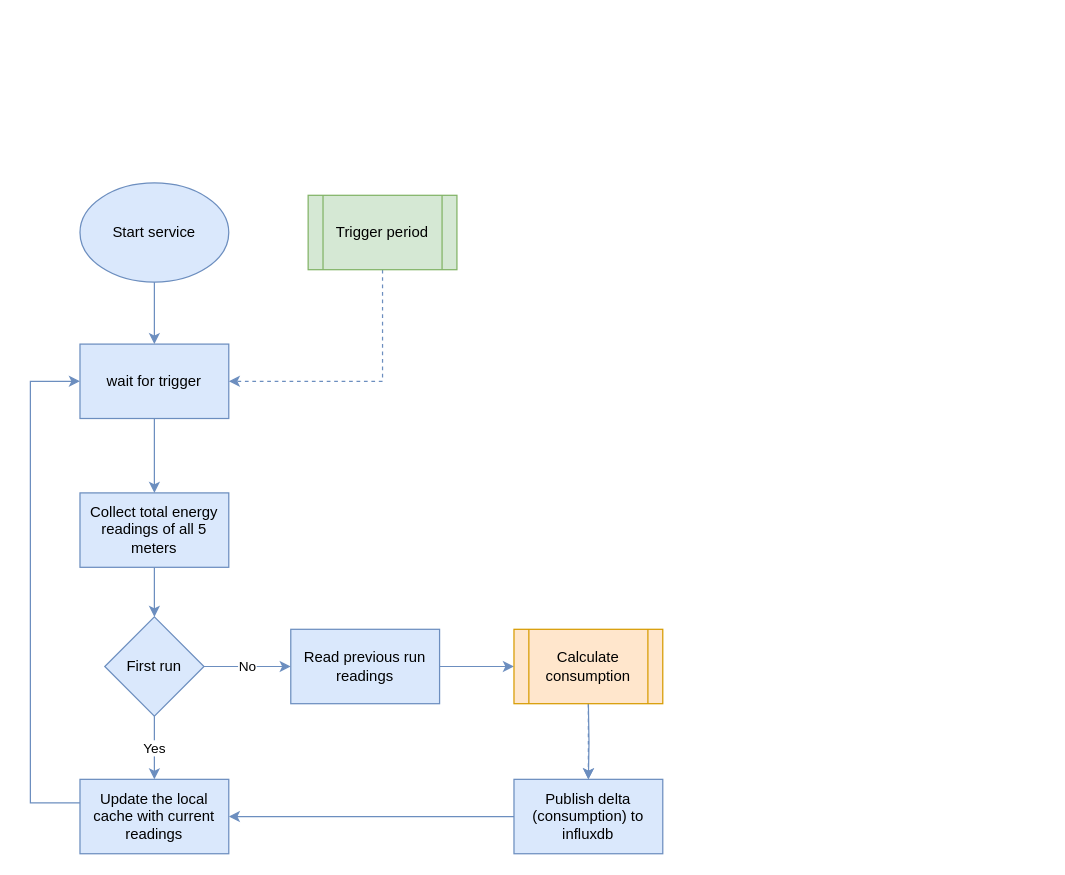
Earlier version of the draw.io diagram application logic.drawio (ananchev/energymeter). Source tidied: cells renumbered, new cells numbered last; positions are measured from the earlier drawing's top-left corner, leaving out a move shared by most shapes. Both pictures are drawn from the tidied source at 124%, with x=0, y=0 at pixel (30, 182).
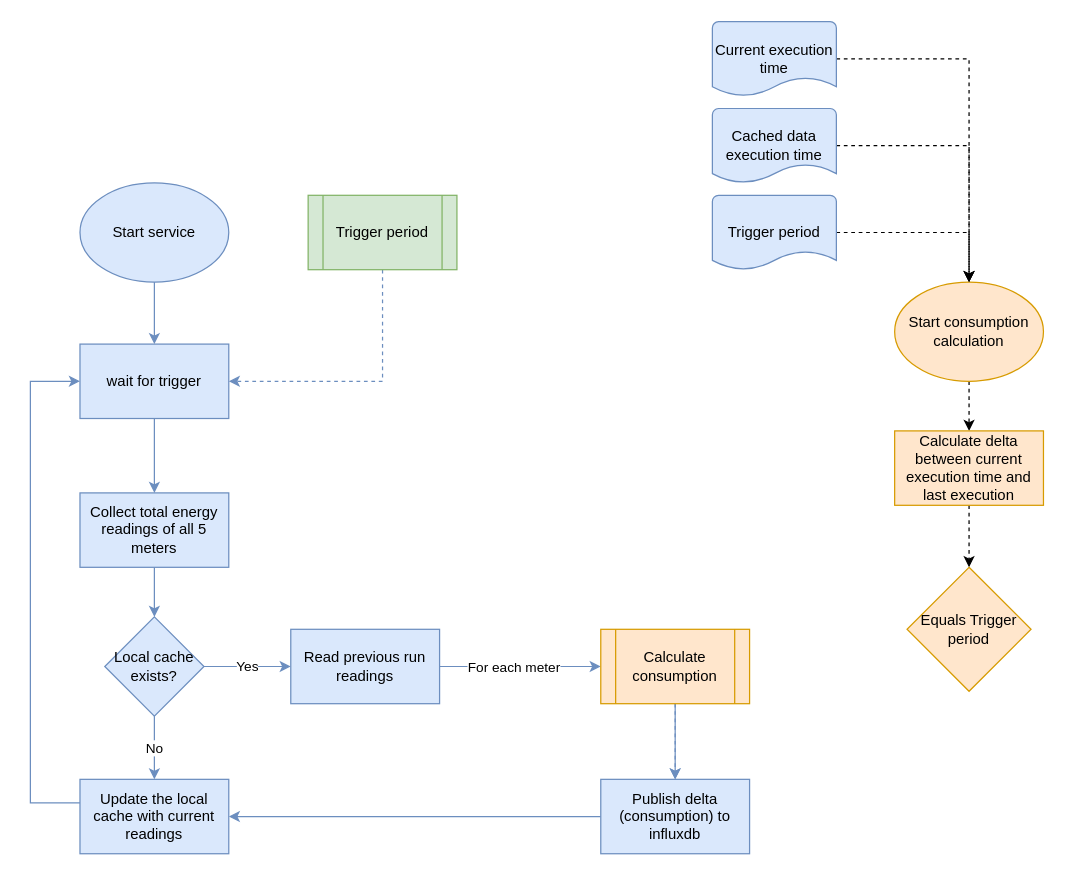
Above is the later version.

Commit message:
Update application logic drawio

The change refers to these unchanged cells:
```xml
<mxCell id="7" value="Update the local cache with current readings" style="rounded=0;whiteSpace=wrap;html=1;fillColor=#dae8fc;strokeColor=#6c8ebf;" parent="1" vertex="1">
  <mxGeometry x="40" y="481" width="120" height="60" as="geometry" />
</mxCell>
<mxCell id="13" style="edgeStyle=orthogonalEdgeStyle;rounded=0;jettySize=auto;html=1;entryX=0;entryY=0.5;entryDx=0;entryDy=0;fillColor=#dae8fc;strokeColor=#6c8ebf;" parent="1" edge="1" source="14" target="21">
  <mxGeometry relative="1" as="geometry" />
</mxCell>
<mxCell id="14" value="Read previous run readings" style="rounded=0;whiteSpace=wrap;html=1;fillColor=#dae8fc;strokeColor=#6c8ebf;" parent="1" vertex="1">
  <mxGeometry x="210" y="360" width="120" height="60" as="geometry" />
</mxCell>
```

Change to the diagram source:
```diff
@@
-    <mxCell id="10" value="No" style="edgeStyle=orthogonalEdgeStyle;rounded=0;jettySize=auto;html=1;entryX=0;entryY=0.5;entryDx=0;entryDy=0;fillColor=#dae8fc;strokeColor=#6c8ebf;" parent="1" edge="1" source="12" target="14">
+    <mxCell id="10" value="Yes" style="edgeStyle=orthogonalEdgeStyle;rounded=0;jettySize=auto;html=1;entryX=0;entryY=0.5;entryDx=0;entryDy=0;fillColor=#dae8fc;strokeColor=#6c8ebf;" parent="1" edge="1" source="12" target="14">
       <mxGeometry relative="1" as="geometry" />
     </mxCell>
-    <mxCell id="11" value="Yes" style="edgeStyle=orthogonalEdgeStyle;rounded=0;jettySize=auto;html=1;entryX=0.5;entryY=0;entryDx=0;entryDy=0;fillColor=#dae8fc;strokeColor=#6c8ebf;" parent="1" edge="1" source="12" target="7">
+    <mxCell id="11" value="No" style="edgeStyle=orthogonalEdgeStyle;rounded=0;jettySize=auto;html=1;entryX=0.5;entryY=0;entryDx=0;entryDy=0;fillColor=#dae8fc;strokeColor=#6c8ebf;" parent="1" edge="1" source="12" target="7">
       <mxGeometry relative="1" as="geometry" />
     </mxCell>
-    <mxCell id="12" value="First run" style="rhombus;whiteSpace=wrap;html=1;fillColor=#dae8fc;strokeColor=#6c8ebf;" parent="1" vertex="1">
+    <mxCell id="12" value="Local cache exists?" style="rhombus;whiteSpace=wrap;html=1;fillColor=#dae8fc;strokeColor=#6c8ebf;" parent="1" vertex="1">
       <mxGeometry x="60" y="350" width="80" height="80" as="geometry" />
     </mxCell>
@@
+    <mxCell id="22" value="For each meter" style="edgeLabel;html=1;align=center;verticalAlign=middle;" parent="13" vertex="1">
+      <mxGeometry x="-0.42" y="2" relative="1" as="geometry">
+        <mxPoint x="21.9" y="2" as="offset" />
+      </mxGeometry>
+    </mxCell>
@@
-    <mxCell id="15" style="edgeStyle=orthogonalEdgeStyle;rounded=0;jettySize=auto;html=1;entryX=0.5;entryY=0;entryDx=0;entryDy=0;fillColor=#dae8fc;strokeColor=#6c8ebf;" parent="1" edge="1" target="17">
-      <mxGeometry relative="1" as="geometry">
-        <mxPoint x="450" y="420" as="sourcePoint" />
-      </mxGeometry>
+    <mxCell id="15" style="edgeStyle=orthogonalEdgeStyle;rounded=0;jettySize=auto;html=1;entryX=0.5;entryY=0;entryDx=0;entryDy=0;fillColor=#dae8fc;strokeColor=#6c8ebf;exitX=0.5;exitY=1;exitDx=0;exitDy=0;" parent="1" edge="1" source="21" target="17">
+      <mxGeometry relative="1" as="geometry" />
     </mxCell>
@@
     <mxCell id="17" value="Publish delta (consumption) to influxdb" style="rounded=0;whiteSpace=wrap;html=1;fillColor=#dae8fc;strokeColor=#6c8ebf;" parent="1" vertex="1">
-      <mxGeometry x="390" y="481" width="120" height="60" as="geometry" />
+      <mxGeometry x="460" y="481" width="120" height="60" as="geometry" />
     </mxCell>
@@
     <mxCell id="21" value="Calculate consumption" style="shape=process;whiteSpace=wrap;html=1;backgroundOutline=1;fillColor=#ffe6cc;strokeColor=#d79b00;" parent="1" vertex="1">
-      <mxGeometry x="390" y="360" width="120" height="60" as="geometry" />
+      <mxGeometry x="460" y="360" width="120" height="60" as="geometry" />
     </mxCell>
+    <mxCell id="23" style="edgeStyle=orthogonalEdgeStyle;rounded=0;jettySize=auto;html=1;entryX=0.5;entryY=0;entryDx=0;entryDy=0;dashed=1;" parent="1" edge="1" source="24" target="26">
+      <mxGeometry relative="1" as="geometry" />
+    </mxCell>
+    <mxCell id="24" value="Start consumption calculation" style="ellipse;whiteSpace=wrap;html=1;fillColor=#ffe6cc;strokeColor=#d79b00;" parent="1" vertex="1">
+      <mxGeometry x="697" y="80" width="120" height="80" as="geometry" />
+    </mxCell>
+    <mxCell id="25" style="edgeStyle=orthogonalEdgeStyle;rounded=0;jettySize=auto;html=1;entryX=0.5;entryY=0;entryDx=0;entryDy=0;entryPerimeter=0;dashed=1;" parent="1" edge="1" source="26" target="33">
+      <mxGeometry relative="1" as="geometry" />
+    </mxCell>
+    <mxCell id="26" value="Calculate delta between current execution time and last execution" style="rounded=0;whiteSpace=wrap;html=1;fillColor=#ffe6cc;strokeColor=#d79b00;" parent="1" vertex="1">
+      <mxGeometry x="697" y="200" width="120" height="60" as="geometry" />
+    </mxCell>
+    <mxCell id="27" style="edgeStyle=orthogonalEdgeStyle;rounded=0;jettySize=auto;html=1;dashed=1;exitX=1;exitY=0.5;exitDx=0;exitDy=0;exitPerimeter=0;" parent="1" edge="1" source="28" target="24">
+      <mxGeometry relative="1" as="geometry" />
+    </mxCell>
+    <mxCell id="28" value="Current execution time" style="strokeWidth=1;html=1;shape=mxgraph.flowchart.document2;whiteSpace=wrap;size=0.25;fillColor=#dae8fc;strokeColor=#6c8ebf;" parent="1" vertex="1">
+      <mxGeometry x="550" y="-130" width="100" height="60" as="geometry" />
+    </mxCell>
+    <mxCell id="29" style="edgeStyle=orthogonalEdgeStyle;rounded=0;jettySize=auto;html=1;dashed=1;entryX=0.5;entryY=0;entryDx=0;entryDy=0;" parent="1" edge="1" source="30" target="24">
+      <mxGeometry relative="1" as="geometry" />
+    </mxCell>
+    <mxCell id="30" value="Cached data execution time" style="strokeWidth=1;html=1;shape=mxgraph.flowchart.document2;whiteSpace=wrap;size=0.25;fillColor=#dae8fc;strokeColor=#6c8ebf;" parent="1" vertex="1">
+      <mxGeometry x="550" y="-60" width="100" height="60" as="geometry" />
+    </mxCell>
+    <mxCell id="31" style="edgeStyle=orthogonalEdgeStyle;rounded=0;jettySize=auto;html=1;entryX=0.5;entryY=0;entryDx=0;entryDy=0;dashed=1;" parent="1" edge="1" source="32" target="24">
+      <mxGeometry relative="1" as="geometry" />
+    </mxCell>
+    <mxCell id="32" value="Trigger period" style="strokeWidth=1;html=1;shape=mxgraph.flowchart.document2;whiteSpace=wrap;size=0.25;fillColor=#dae8fc;strokeColor=#6c8ebf;" parent="1" vertex="1">
+      <mxGeometry x="550" y="10" width="100" height="60" as="geometry" />
+    </mxCell>
+    <mxCell id="33" value="Equals Trigger period" style="strokeWidth=1;html=1;shape=mxgraph.flowchart.decision;whiteSpace=wrap;fillColor=#ffe6cc;strokeColor=#d79b00;" parent="1" vertex="1">
+      <mxGeometry x="707" y="310" width="100" height="100" as="geometry" />
+    </mxCell>
```
